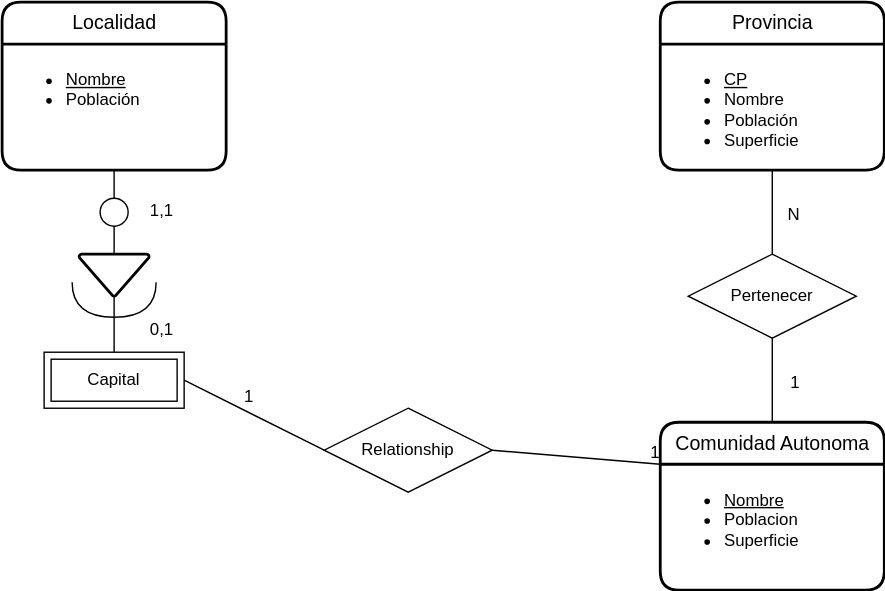
This is UD12-3.svg from Jimxx22/C3-UD11-UML, a draw.io export, as it was before one commit. Source tidied: cells renumbered, new cells last; positions are measured from the earlier drawing's top-left corner, leaving out a move shared by most shapes.
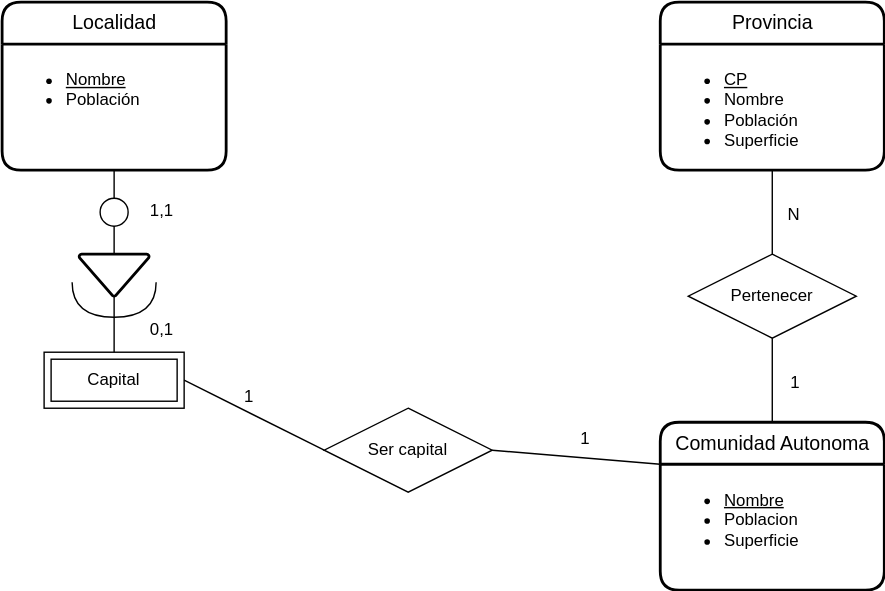
After the commit.

Change to the diagram source:
```diff
@@ -54,7 +54,7 @@
     <mxCell id="17" value="0,1" style="text;strokeColor=none;fillColor=none;spacingLeft=4;spacingRight=4;overflow=hidden;fontSize=12;rounded=0;glass=0;html=1;" parent="1" vertex="1">
       <mxGeometry x="100" y="220" width="40" height="30" as="geometry" />
     </mxCell>
-    <mxCell id="18" value="Relationship" style="shape=rhombus;perimeter=rhombusPerimeter;whiteSpace=wrap;html=1;align=center;" parent="1" vertex="1">
+    <mxCell id="18" value="Ser capital" style="shape=rhombus;perimeter=rhombusPerimeter;whiteSpace=wrap;html=1;align=center;" parent="1" vertex="1">
       <mxGeometry x="230" y="290" width="120" height="60" as="geometry" />
     </mxCell>
     <mxCell id="19" value="Provincia" style="swimlane;horizontal=1;startSize=30;rounded=1;fontSize=14;fontStyle=0;strokeWidth=2;shadow=0;dashed=0;align=center;glass=0;fillColor=none;html=1;" parent="1" vertex="1">
@@ -89,7 +89,9 @@
       <mxGeometry relative="1" as="geometry" />
     </mxCell>
     <mxCell id="28" value="1" style="html=1;align=right;verticalAlign=bottom;" parent="27" vertex="1">
-      <mxGeometry x="1" relative="1" as="geometry" />
+      <mxGeometry x="1" relative="1" as="geometry">
+        <mxPoint x="-50" y="-10" as="offset" />
+      </mxGeometry>
     </mxCell>
   </root>
 </mxGraphModel>
```
